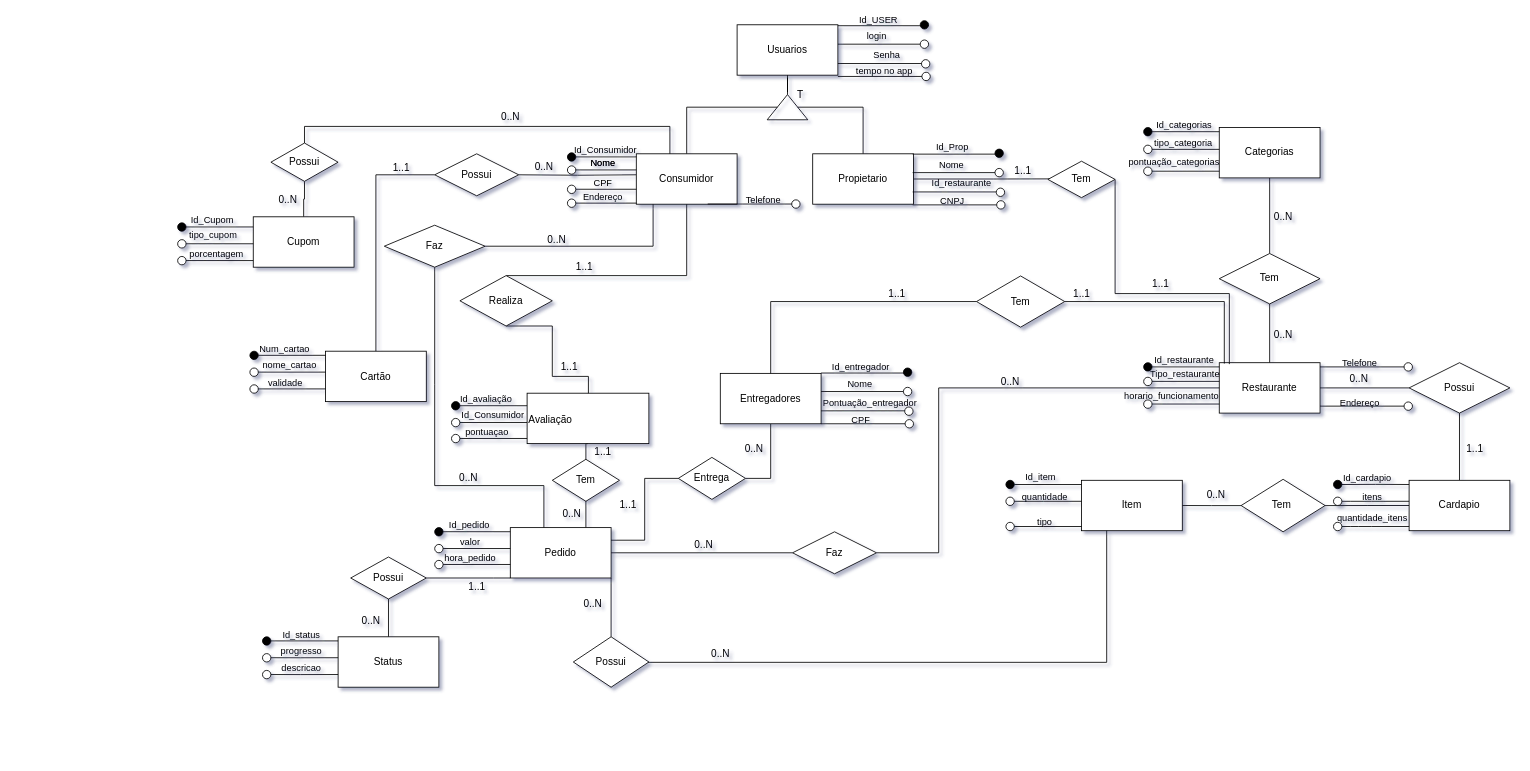
mariaeduaruda/BD-1-atividade keeps this draw.io diagram as Untitled Diagram.drawio. Above is the earlier version. Source tidied: cells renumbered, new cells numbered last; positions are measured from the earlier drawing's top-left corner, leaving out a move shared by most shapes. Both pictures are drawn from the tidied source at 84%, with x=0, y=0 at pixel (177, 19).
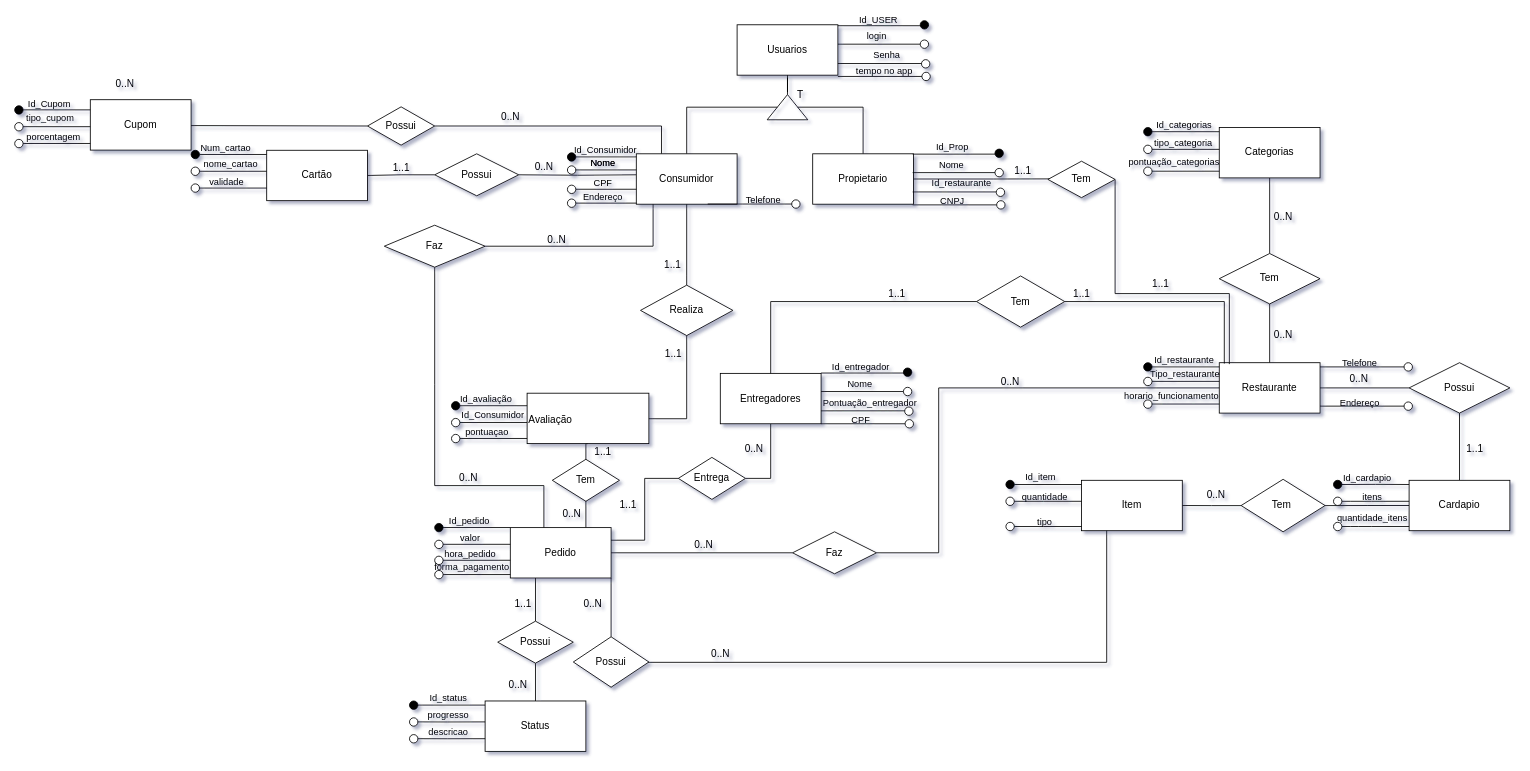
After the change.

Unchanged cells that the change refers to:
```xml
<mxCell id="3" value="&lt;p style=&quot;line-height: 0&quot;&gt;Avaliação&lt;/p&gt;" style="rounded=0;whiteSpace=wrap;html=1;align=left;" parent="1" vertex="1">
  <mxGeometry x="416" y="444.6" width="145" height="60" as="geometry" />
</mxCell>
<mxCell id="31" value="Pedido" style="rounded=0;whiteSpace=wrap;html=1;align=center;" parent="1" vertex="1">
  <mxGeometry x="396" y="604.6" width="120" height="60" as="geometry" />
</mxCell>
<mxCell id="163" value="Consumidor" style="whiteSpace=wrap;html=1;rounded=0;" parent="1" vertex="1">
  <mxGeometry x="546" y="159.6" width="120" height="60" as="geometry" />
</mxCell>
```

Change to the diagram source:
```diff
@@
     <mxCell id="22" value="Cartão" style="whiteSpace=wrap;html=1;rounded=0;" parent="1" vertex="1">
-      <mxGeometry x="176" y="394.6" width="120" height="60" as="geometry" />
+      <mxGeometry x="106" y="155.4" width="120" height="60" as="geometry" />
     </mxCell>
@@
     <mxCell id="25" style="edgeStyle=orthogonalEdgeStyle;rounded=0;jettySize=auto;html=1;exitX=0.5;exitY=1;exitDx=0;exitDy=0;endArrow=none;endFill=0;" parent="1" edge="1" source="27" target="3">
       <mxGeometry relative="1" as="geometry">
         <Array as="points">
-          <mxPoint x="446" y="364.6" />
-          <mxPoint x="446" y="424.6" />
-          <mxPoint x="489" y="424.6" />
+          <mxPoint x="606" y="475" />
         </Array>
       </mxGeometry>
     </mxCell>
@@
     <mxCell id="27" value="Realiza" style="rhombus;whiteSpace=wrap;html=1;rounded=0;" parent="1" vertex="1">
-      <mxGeometry x="336" y="304.6" width="110" height="60" as="geometry" />
+      <mxGeometry x="551" y="316" width="110" height="60" as="geometry" />
     </mxCell>
@@
-    <mxCell id="29" style="edgeStyle=orthogonalEdgeStyle;rounded=0;jettySize=auto;html=1;endArrow=none;endFill=0;" parent="1" edge="1" source="31" target="35">
-      <mxGeometry relative="1" as="geometry">
-        <Array as="points">
-          <mxPoint x="376" y="664.6" />
-          <mxPoint x="376" y="664.6" />
-        </Array>
-      </mxGeometry>
-    </mxCell>
@@
+    <mxCell id="228" style="edgeStyle=orthogonalEdgeStyle;rounded=0;jettySize=auto;html=1;exitX=0.5;exitY=0;exitDx=0;exitDy=0;entryX=0.25;entryY=1;entryDx=0;entryDy=0;endArrow=none;endFill=0;" parent="1" edge="1" source="35" target="31">
+      <mxGeometry relative="1" as="geometry" />
+    </mxCell>
     <mxCell id="35" value="Possui" style="rhombus;whiteSpace=wrap;html=1;rounded=0;" parent="1" vertex="1">
-      <mxGeometry x="206" y="639.6" width="90" height="50" as="geometry" />
+      <mxGeometry x="381" y="716" width="90" height="50" as="geometry" />
     </mxCell>
     <mxCell id="36" value="Status" style="rounded=0;whiteSpace=wrap;html=1;" parent="1" vertex="1">
-      <mxGeometry x="191" y="734.6" width="120" height="60" as="geometry" />
+      <mxGeometry x="366" y="811" width="120" height="60" as="geometry" />
     </mxCell>
@@
     <mxCell id="39" style="ellipse;whiteSpace=wrap;html=1;rounded=0;fillColor=#000000;" parent="1" vertex="1">
-      <mxGeometry x="86" y="394.6" width="10" height="10" as="geometry" />
+      <mxGeometry x="16" y="155.4" width="10" height="10" as="geometry" />
     </mxCell>
     <mxCell id="40" style="endArrow=none;html=1;rounded=0;" parent="1" edge="1">
       <mxGeometry relative="1" as="geometry">
-        <mxPoint x="96" y="399.5" as="sourcePoint" />
-        <mxPoint x="176" y="399.5" as="targetPoint" />
+        <mxPoint x="26" y="160.4" as="sourcePoint" />
+        <mxPoint x="106" y="160.4" as="targetPoint" />
       </mxGeometry>
     </mxCell>
@@
     <mxCell id="42" style="ellipse;whiteSpace=wrap;html=1;rounded=0;fillColor=#000000;" parent="1" vertex="1">
-      <mxGeometry x="101" y="734.6" width="10" height="10" as="geometry" />
+      <mxGeometry x="276" y="811" width="10" height="10" as="geometry" />
     </mxCell>
     <mxCell id="43" style="endArrow=none;html=1;rounded=0;" parent="1" edge="1">
       <mxGeometry relative="1" as="geometry">
-        <mxPoint x="111" y="739.5" as="sourcePoint" />
-        <mxPoint x="191" y="739.5" as="targetPoint" />
+        <mxPoint x="286" y="815.9" as="sourcePoint" />
+        <mxPoint x="366" y="815.9" as="targetPoint" />
       </mxGeometry>
     </mxCell>
@@
     <mxCell id="45" style="ellipse;whiteSpace=wrap;html=1;rounded=0;fillColor=#000000;" parent="1" vertex="1">
-      <mxGeometry x="306" y="604.6" width="10" height="10" as="geometry" />
+      <mxGeometry x="306" y="599.6" width="10" height="10" as="geometry" />
     </mxCell>
     <mxCell id="46" style="endArrow=none;html=1;rounded=0;" parent="1" edge="1">
       <mxGeometry relative="1" as="geometry">
-        <mxPoint x="316" y="609.5" as="sourcePoint" />
-        <mxPoint x="396" y="609.5" as="targetPoint" />
+        <mxPoint x="316" y="604.5" as="sourcePoint" />
+        <mxPoint x="396" y="604.5" as="targetPoint" />
       </mxGeometry>
     </mxCell>
@@
     <mxCell id="60" style="ellipse;whiteSpace=wrap;html=1;rounded=0;fillColor=#FFFFFF;" parent="1" vertex="1">
-      <mxGeometry x="101" y="754.6" width="10" height="10" as="geometry" />
+      <mxGeometry x="276" y="831" width="10" height="10" as="geometry" />
     </mxCell>
     <mxCell id="61" style="endArrow=none;html=1;rounded=0;" parent="1" edge="1">
       <mxGeometry relative="1" as="geometry">
-        <mxPoint x="111" y="759.5" as="sourcePoint" />
-        <mxPoint x="191" y="759.5" as="targetPoint" />
+        <mxPoint x="286" y="835.9" as="sourcePoint" />
+        <mxPoint x="366" y="835.9" as="targetPoint" />
         <Array as="points">
-          <mxPoint x="146" y="759.6" />
+          <mxPoint x="321" y="836" />
         </Array>
       </mxGeometry>
     </mxCell>
@@
     <mxCell id="63" style="ellipse;whiteSpace=wrap;html=1;rounded=0;fillColor=#FFFFFF;" parent="1" vertex="1">
-      <mxGeometry x="101" y="774.6" width="10" height="10" as="geometry" />
+      <mxGeometry x="276" y="851" width="10" height="10" as="geometry" />
     </mxCell>
     <mxCell id="64" style="endArrow=none;html=1;rounded=0;" parent="1" edge="1">
       <mxGeometry relative="1" as="geometry">
-        <mxPoint x="111" y="779.5" as="sourcePoint" />
-        <mxPoint x="191" y="779.5" as="targetPoint" />
+        <mxPoint x="286" y="855.9" as="sourcePoint" />
+        <mxPoint x="366" y="855.9" as="targetPoint" />
         <Array as="points">
-          <mxPoint x="146" y="779.6" />
+          <mxPoint x="321" y="856" />
         </Array>
       </mxGeometry>
     </mxCell>
@@
-    <mxCell id="83" style="edgeStyle=orthogonalEdgeStyle;rounded=0;jettySize=auto;html=1;endArrow=none;endFill=0;" parent="1" edge="1" source="84" target="86">
-      <mxGeometry relative="1" as="geometry" />
-    </mxCell>
     <mxCell id="84" value="Cupom" style="whiteSpace=wrap;html=1;rounded=0;" parent="1" vertex="1">
-      <mxGeometry x="90" y="234.6" width="120" height="60" as="geometry" />
+      <mxGeometry x="-104" y="95.2" width="120" height="60" as="geometry" />
     </mxCell>
-    <mxCell id="85" style="edgeStyle=orthogonalEdgeStyle;rounded=0;jettySize=auto;html=1;exitX=0.5;exitY=0;exitDx=0;exitDy=0;endArrow=none;endFill=0;" parent="1" edge="1" source="86">
-      <mxGeometry relative="1" as="geometry">
-        <mxPoint x="586" y="166" as="targetPoint" />
-        <Array as="points">
-          <mxPoint x="151" y="127" />
-          <mxPoint x="586" y="127" />
-        </Array>
-      </mxGeometry>
-    </mxCell>
+    <mxCell id="229" style="edgeStyle=orthogonalEdgeStyle;rounded=0;jettySize=auto;html=1;exitX=1;exitY=0.5;exitDx=0;exitDy=0;entryX=0.25;entryY=0;entryDx=0;entryDy=0;endArrow=none;endFill=0;" parent="1" edge="1" source="86" target="163">
+      <mxGeometry relative="1" as="geometry" />
+    </mxCell>
+    <mxCell id="230" style="edgeStyle=orthogonalEdgeStyle;rounded=0;jettySize=auto;html=1;exitX=0;exitY=0.5;exitDx=0;exitDy=0;endArrow=none;endFill=0;" parent="1" edge="1" source="86">
+      <mxGeometry relative="1" as="geometry">
+        <mxPoint x="16" y="126" as="targetPoint" />
+      </mxGeometry>
+    </mxCell>
     <mxCell id="86" value="Possui" style="rhombus;whiteSpace=wrap;html=1;rounded=0;" parent="1" vertex="1">
-      <mxGeometry x="111" y="146.8" width="80" height="45.6" as="geometry" />
+      <mxGeometry x="226" y="103.7" width="80" height="45.6" as="geometry" />
     </mxCell>
@@
     <mxCell id="88" style="ellipse;whiteSpace=wrap;html=1;rounded=0;" parent="1" vertex="1">
-      <mxGeometry x="306" y="624.6" width="10" height="10" as="geometry" />
+      <mxGeometry x="306" y="619.6" width="10" height="10" as="geometry" />
     </mxCell>
     <mxCell id="89" style="endArrow=none;html=1;rounded=0;" parent="1" edge="1">
       <mxGeometry relative="1" as="geometry">
-        <mxPoint x="316" y="629.5" as="sourcePoint" />
-        <mxPoint x="396" y="629.5" as="targetPoint" />
+        <mxPoint x="316" y="624.5" as="sourcePoint" />
+        <mxPoint x="396" y="624.5" as="targetPoint" />
       </mxGeometry>
     </mxCell>
@@
     <mxCell id="91" style="ellipse;whiteSpace=wrap;html=1;rounded=0;" parent="1" vertex="1">
-      <mxGeometry x="306" y="643.6" width="10" height="10" as="geometry" />
+      <mxGeometry x="306" y="638.6" width="10" height="10" as="geometry" />
     </mxCell>
     <mxCell id="92" style="endArrow=none;html=1;rounded=0;" parent="1" edge="1">
       <mxGeometry relative="1" as="geometry">
-        <mxPoint x="316" y="648.5" as="sourcePoint" />
-        <mxPoint x="396" y="648.5" as="targetPoint" />
+        <mxPoint x="316" y="643.5" as="sourcePoint" />
+        <mxPoint x="396" y="643.5" as="targetPoint" />
       </mxGeometry>
     </mxCell>
@@
     <mxCell id="94" style="ellipse;whiteSpace=wrap;html=1;rounded=0;" parent="1" vertex="1">
-      <mxGeometry x="86" y="414.6" width="10" height="10" as="geometry" />
+      <mxGeometry x="16" y="175.4" width="10" height="10" as="geometry" />
     </mxCell>
     <mxCell id="95" style="endArrow=none;html=1;rounded=0;" parent="1" edge="1">
       <mxGeometry relative="1" as="geometry">
-        <mxPoint x="96" y="419.5" as="sourcePoint" />
-        <mxPoint x="176" y="419.5" as="targetPoint" />
+        <mxPoint x="26" y="180.4" as="sourcePoint" />
+        <mxPoint x="106" y="180.4" as="targetPoint" />
       </mxGeometry>
     </mxCell>
@@
     <mxCell id="97" style="ellipse;whiteSpace=wrap;html=1;rounded=0;" parent="1" vertex="1">
-      <mxGeometry x="86" y="434.6" width="10" height="10" as="geometry" />
+      <mxGeometry x="16" y="195.4" width="10" height="10" as="geometry" />
     </mxCell>
     <mxCell id="98" style="endArrow=none;html=1;rounded=0;" parent="1" edge="1">
       <mxGeometry relative="1" as="geometry">
-        <mxPoint x="96" y="439.5" as="sourcePoint" />
-        <mxPoint x="176" y="439.5" as="targetPoint" />
+        <mxPoint x="26" y="200.4" as="sourcePoint" />
+        <mxPoint x="106" y="200.4" as="targetPoint" />
       </mxGeometry>
     </mxCell>
@@
     <mxCell id="100" style="ellipse;whiteSpace=wrap;html=1;rounded=0;fillColor=#000000;" parent="1" vertex="1">
-      <mxGeometry y="241.8" width="10" height="10" as="geometry" />
+      <mxGeometry x="-194" y="102.4" width="10" height="10" as="geometry" />
     </mxCell>
     <mxCell id="101" style="endArrow=none;html=1;rounded=0;" parent="1" edge="1">
       <mxGeometry relative="1" as="geometry">
-        <mxPoint x="10" y="246.7" as="sourcePoint" />
-        <mxPoint x="90" y="246.7" as="targetPoint" />
+        <mxPoint x="-184" y="107.3" as="sourcePoint" />
+        <mxPoint x="-104" y="107.3" as="targetPoint" />
       </mxGeometry>
     </mxCell>
@@
     <mxCell id="103" style="ellipse;whiteSpace=wrap;html=1;rounded=0;" parent="1" vertex="1">
-      <mxGeometry y="261.8" width="10" height="10" as="geometry" />
+      <mxGeometry x="-194" y="122.4" width="10" height="10" as="geometry" />
     </mxCell>
     <mxCell id="104" style="endArrow=none;html=1;rounded=0;" parent="1" edge="1">
       <mxGeometry relative="1" as="geometry">
-        <mxPoint x="10" y="266.7" as="sourcePoint" />
-        <mxPoint x="90" y="266.7" as="targetPoint" />
+        <mxPoint x="-184" y="127.3" as="sourcePoint" />
+        <mxPoint x="-104" y="127.3" as="targetPoint" />
       </mxGeometry>
     </mxCell>
@@
     <mxCell id="106" style="ellipse;whiteSpace=wrap;html=1;rounded=0;" parent="1" vertex="1">
-      <mxGeometry y="281.8" width="10" height="10" as="geometry" />
+      <mxGeometry x="-194" y="142.4" width="10" height="10" as="geometry" />
     </mxCell>
     <mxCell id="107" style="endArrow=none;html=1;rounded=0;" parent="1" edge="1">
       <mxGeometry relative="1" as="geometry">
-        <mxPoint x="10" y="286.7" as="sourcePoint" />
-        <mxPoint x="90" y="286.7" as="targetPoint" />
+        <mxPoint x="-184" y="147.3" as="sourcePoint" />
+        <mxPoint x="-104" y="147.3" as="targetPoint" />
       </mxGeometry>
     </mxCell>
@@
     <mxCell id="200" value="1..1" style="text;html=1;align=center;verticalAlign=middle;strokeColor=none;fillColor=none;" parent="1" vertex="1">
-      <mxGeometry x="446" y="403" width="40" height="20" as="geometry" />
+      <mxGeometry x="570" y="388.3" width="40" height="20" as="geometry" />
     </mxCell>
     <mxCell id="201" value="1..1" style="text;html=1;align=center;verticalAlign=middle;strokeColor=none;fillColor=none;" parent="1" vertex="1">
-      <mxGeometry x="464" y="285" width="40" height="20" as="geometry" />
+      <mxGeometry x="569" y="281.8" width="40" height="20" as="geometry" />
     </mxCell>
@@
     <mxCell id="204" value="0..N" style="text;html=1;align=center;verticalAlign=middle;strokeColor=none;fillColor=none;" parent="1" vertex="1">
-      <mxGeometry x="111" y="205.4" width="40" height="20" as="geometry" />
+      <mxGeometry x="-83" y="66" width="40" height="20" as="geometry" />
     </mxCell>
@@
     <mxCell id="222" value="1..1" style="text;html=1;align=center;verticalAlign=middle;strokeColor=none;fillColor=none;" parent="1" vertex="1">
-      <mxGeometry x="336" y="664.6" width="40" height="20" as="geometry" />
+      <mxGeometry x="391" y="686" width="40" height="20" as="geometry" />
     </mxCell>
     <mxCell id="223" value="0..N" style="text;html=1;align=center;verticalAlign=middle;strokeColor=none;fillColor=none;" parent="1" vertex="1">
-      <mxGeometry x="210" y="706" width="40" height="20" as="geometry" />
+      <mxGeometry x="385" y="782.4" width="40" height="20" as="geometry" />
     </mxCell>
@@
+    <mxCell id="231" style="ellipse;whiteSpace=wrap;html=1;rounded=0;" parent="1" vertex="1">
+      <mxGeometry x="306" y="655.6" width="10" height="10" as="geometry" />
+    </mxCell>
+    <mxCell id="232" style="endArrow=none;html=1;rounded=0;" parent="1" edge="1">
+      <mxGeometry relative="1" as="geometry">
+        <mxPoint x="316" y="660.5" as="sourcePoint" />
+        <mxPoint x="396" y="660.5" as="targetPoint" />
+      </mxGeometry>
+    </mxCell>
+    <mxCell id="233" value="forma_pagamento" style="edgeLabel;html=1;align=center;verticalAlign=middle;labelBackgroundColor=none;" parent="232" vertex="1">
+      <mxGeometry x="-0.38" y="1" relative="1" as="geometry">
+        <mxPoint x="8" y="-9" as="offset" />
+      </mxGeometry>
+    </mxCell>
```
